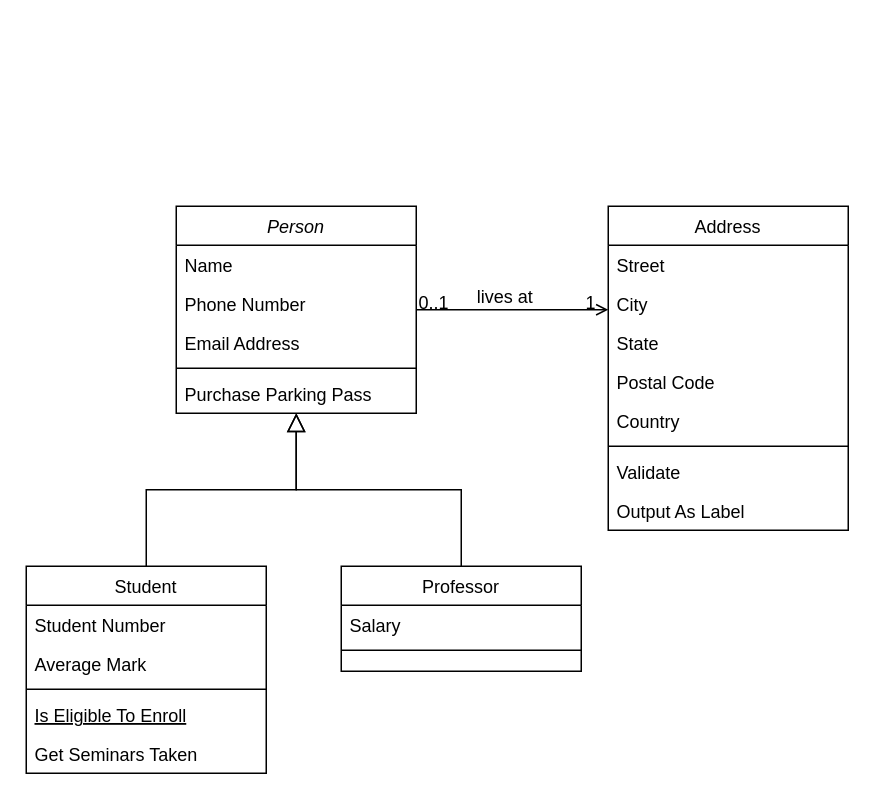
Earlier version of the draw.io diagram DatabaseDiagram.drawio (BernardoSsilva/Forenser_BackEnd). Source tidied: cells renumbered, new cells numbered last; positions are measured from the earlier drawing's top-left corner, leaving out a move shared by most shapes. Both pictures are drawn from the tidied source at 150%, with x=0, y=0 at pixel (26, 206).
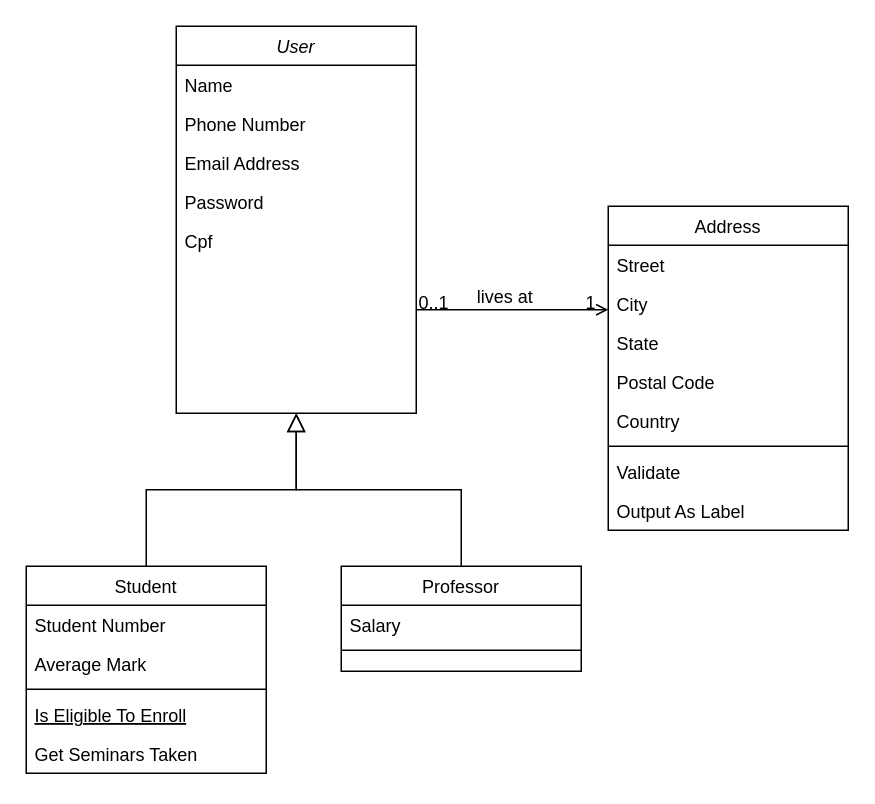
The same diagram, later.

What changed in the source:
```diff
@@
-    <mxCell id="2" value="Person" style="swimlane;fontStyle=2;align=center;verticalAlign=top;horizontal=1;startSize=26;rounded=0;shadow=0;strokeWidth=1;" parent="1" vertex="1">
-      <mxGeometry x="100" width="160" height="138" as="geometry" />
+    <mxCell id="2" value="User" style="swimlane;fontStyle=2;align=center;verticalAlign=top;horizontal=1;startSize=26;rounded=0;shadow=0;strokeWidth=1;" parent="1" vertex="1">
+      <mxGeometry x="100" y="-120" width="160" height="258" as="geometry" />
     </mxCell>
@@
-    <mxCell id="6" style="line;html=1;strokeWidth=1;align=left;verticalAlign=middle;spacingTop=-1;spacingLeft=3;spacingRight=3;labelPosition=right;" parent="2" vertex="1">
-      <mxGeometry y="104" width="160" height="8" as="geometry" />
-    </mxCell>
-    <mxCell id="7" value="Purchase Parking Pass" style="text;align=left;verticalAlign=top;spacingLeft=4;spacingRight=4;overflow=hidden;" parent="2" vertex="1">
-      <mxGeometry y="112" width="160" height="26" as="geometry" />
-    </mxCell>
+    <mxCell id="32" value="Password" style="text;align=left;verticalAlign=top;spacingLeft=4;spacingRight=4;overflow=hidden;rounded=0;shadow=0;html=0;" parent="2" vertex="1">
+      <mxGeometry y="104" width="160" height="26" as="geometry" />
+    </mxCell>
+    <mxCell id="33" value="Cpf" style="text;align=left;verticalAlign=top;spacingLeft=4;spacingRight=4;overflow=hidden;rounded=0;shadow=0;html=0;" parent="2" vertex="1">
+      <mxGeometry y="130" width="160" height="26" as="geometry" />
+    </mxCell>
```
